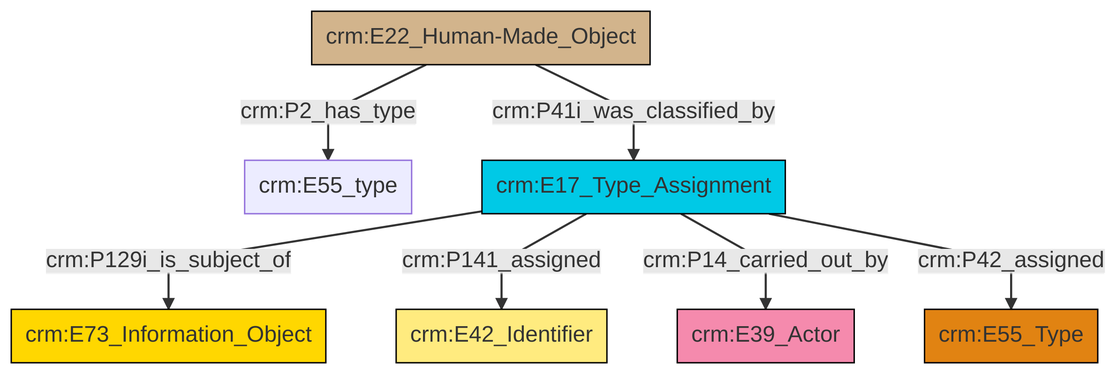
Before: et/builtWorkCSV/ttl/mmd/png/Built_Work_designation_status.png, a diagram exported from Mermaid (swiss-art-research-net/reference-data-models). Its source is kept beside it as et/builtWorkCSV/ttl/mmd/Built_Work_designation_status.ttl.mmd.
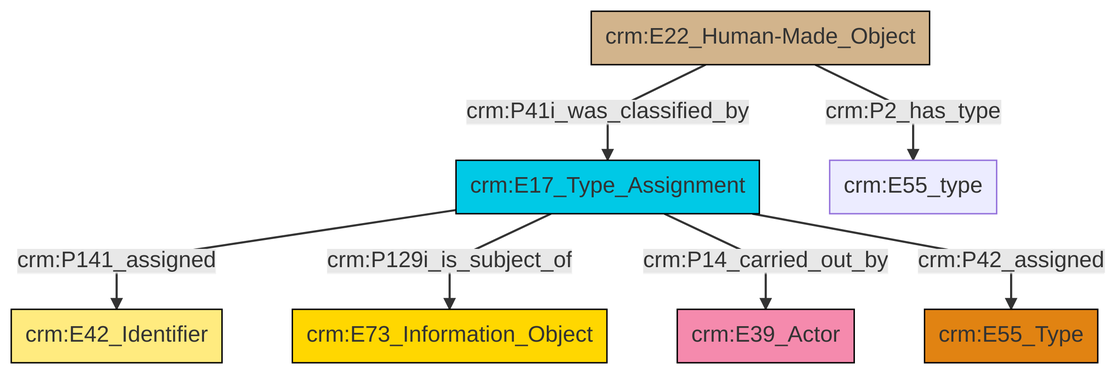
After the change.

What changed in the source:
```diff
@@ -13,9 +13,9 @@
 classDef PC_Classes fill:#4ce600, stroke:#000000;
 classDef Multi fill:#cccccc,stroke:#000000;
 
-0["crm:E22_Human-Made_Object"]:::Physical_Thing -->|crm:P2_has_type| 1["crm:E55_type"]:::Default
-0["crm:E22_Human-Made_Object"]:::Physical_Thing -->|crm:P41i_was_classified_by| 2["crm:E17_Type_Assignment"]:::Temporal_Entity
-2["crm:E17_Type_Assignment"]:::Temporal_Entity -->|crm:P129i_is_subject_of| 5["crm:E73_Information_Object"]:::Conceptual_Object
-2["crm:E17_Type_Assignment"]:::Temporal_Entity -->|crm:P141_assigned| 10["crm:E42_Identifier"]:::Appellation
-2["crm:E17_Type_Assignment"]:::Temporal_Entity -->|crm:P14_carried_out_by| 13["crm:E39_Actor"]:::Actor
-2["crm:E17_Type_Assignment"]:::Temporal_Entity -->|crm:P42_assigned| 6["crm:E55_Type"]:::Type
+0["crm:E17_Type_Assignment"]:::Temporal_Entity -->|crm:P141_assigned| 1["crm:E42_Identifier"]:::Appellation
+0["crm:E17_Type_Assignment"]:::Temporal_Entity -->|crm:P129i_is_subject_of| 6["crm:E73_Information_Object"]:::Conceptual_Object
+8["crm:E22_Human-Made_Object"]:::Physical_Thing -->|crm:P41i_was_classified_by| 0["crm:E17_Type_Assignment"]:::Temporal_Entity
+0["crm:E17_Type_Assignment"]:::Temporal_Entity -->|crm:P14_carried_out_by| 12["crm:E39_Actor"]:::Actor
+8["crm:E22_Human-Made_Object"]:::Physical_Thing -->|crm:P2_has_type| 2["crm:E55_type"]:::Default
+0["crm:E17_Type_Assignment"]:::Temporal_Entity -->|crm:P42_assigned| 4["crm:E55_Type"]:::Type
```
